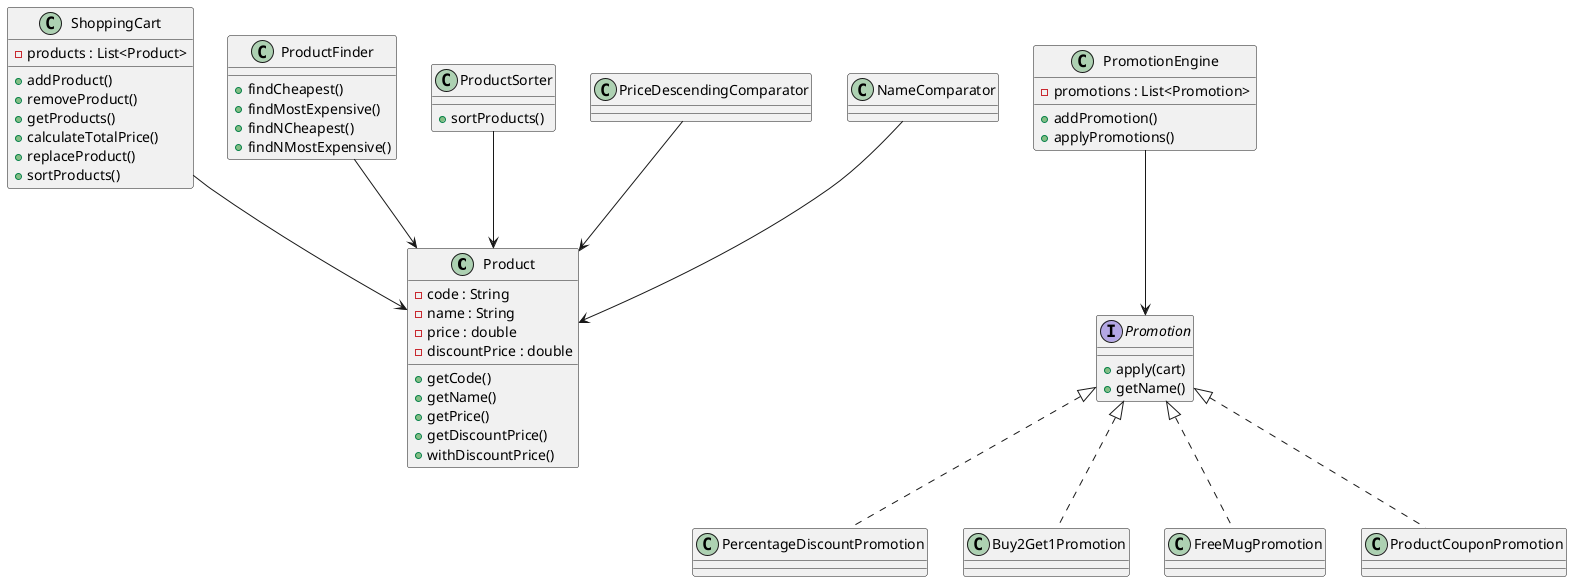
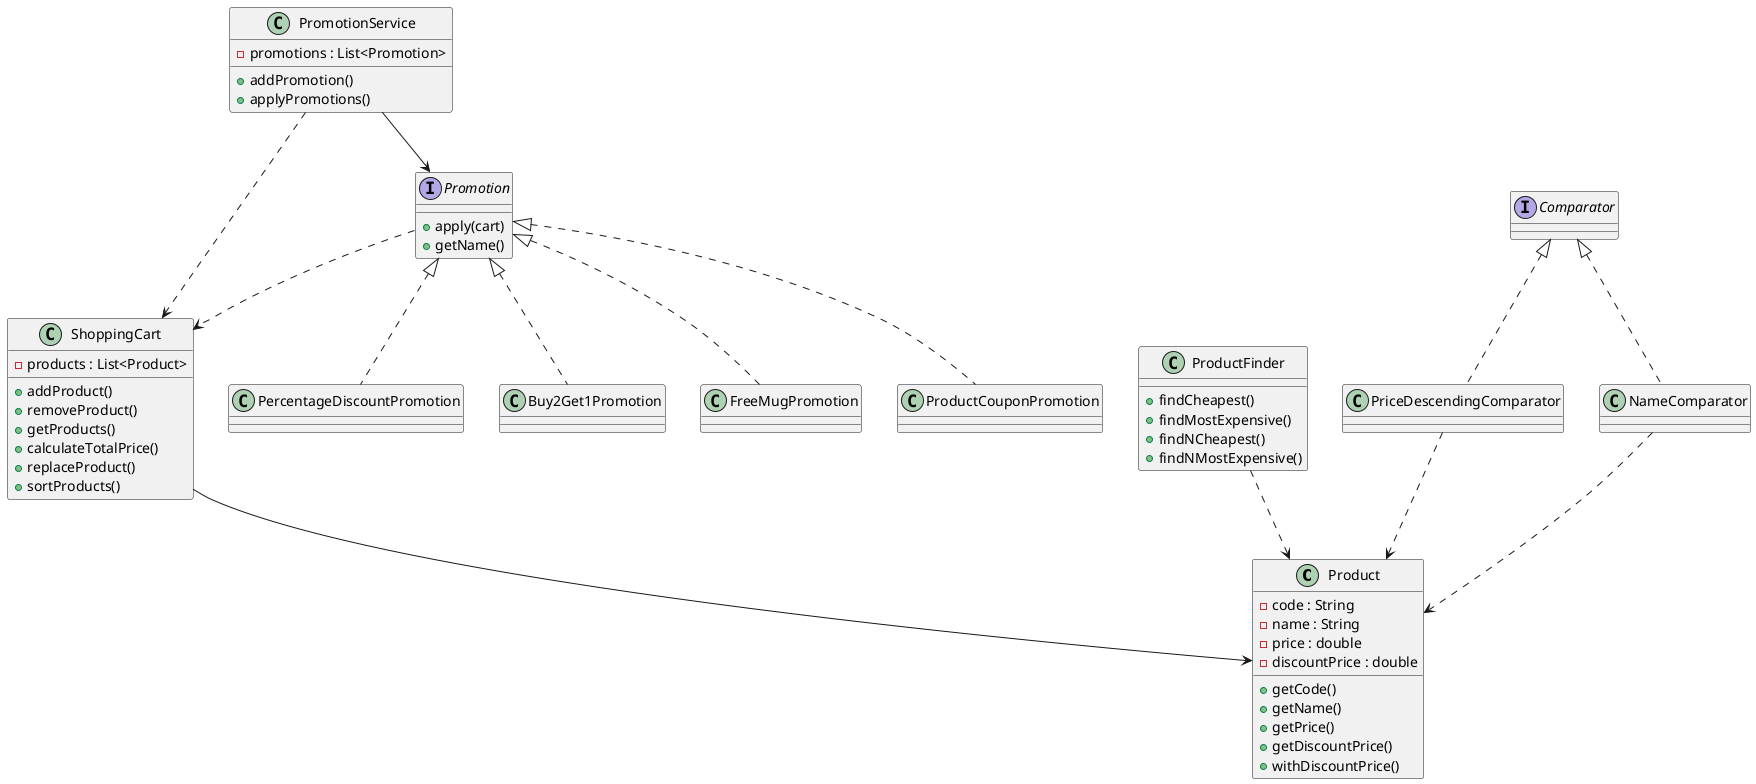
@startuml

class Product {
    - code : String
    - name : String
    - price : double
    - discountPrice : double
    + getCode()
    + getName()
    + getPrice()
    + getDiscountPrice()
    + withDiscountPrice()
}

class ShoppingCart {
    - products : List<Product>
    + addProduct()
    + removeProduct()
    + getProducts()
    + calculateTotalPrice()
    + replaceProduct()
    + sortProducts()
}

interface Promotion {
    + apply(cart)
    + getName()
}

class PercentageDiscountPromotion
class Buy2Get1Promotion
class FreeMugPromotion
class ProductCouponPromotion

- class PromotionEngine {
+ class PromotionService {
    - promotions : List<Promotion>
    + addPromotion()
    + applyPromotions()
}

class ProductFinder {
    + findCheapest()
    + findMostExpensive()
    + findNCheapest()
    + findNMostExpensive()
}

- class ProductSorter {
-     + sortProducts()
- }
+ interface Comparator

class PriceDescendingComparator
class NameComparator

- ' Relacje
+ ' ===== RELACJE =====

+ ' Model
ShoppingCart --> Product
- PromotionEngine --> Promotion
+ 
+ ' Promotion system
+ PromotionService --> Promotion
+ PromotionService ..> ShoppingCart

Promotion <|.. PercentageDiscountPromotion
Promotion <|.. Buy2Get1Promotion
Promotion <|.. FreeMugPromotion
Promotion <|.. ProductCouponPromotion

- ProductFinder --> Product
- ProductSorter --> Product
+ Promotion ..> ShoppingCart

- PriceDescendingComparator --> Product
- NameComparator --> Product
+ ' Finder
+ ProductFinder ..> Product
+ 
+ ' Comparator
+ Comparator <|.. PriceDescendingComparator
+ Comparator <|.. NameComparator
+ 
+ PriceDescendingComparator ..> Product
+ NameComparator ..> Product

@enduml